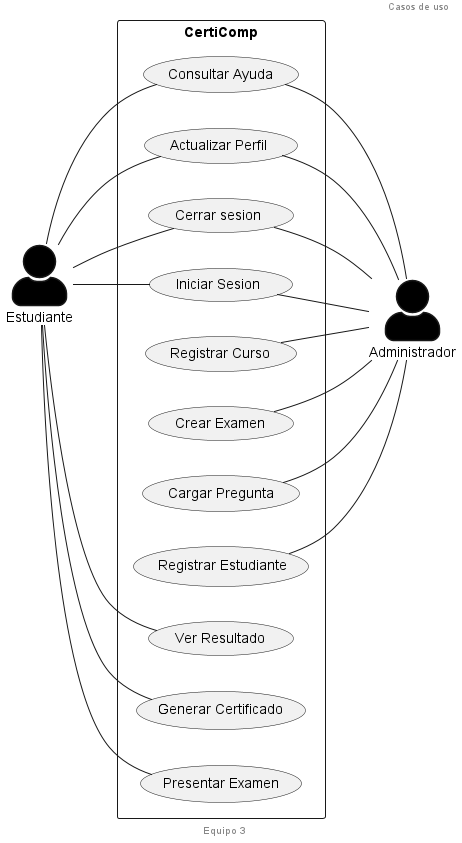
Above: docs/scenariosView/Requisitos/Casos de Uso.png in febres35/EdTech_IS (PlantUML), before the change.
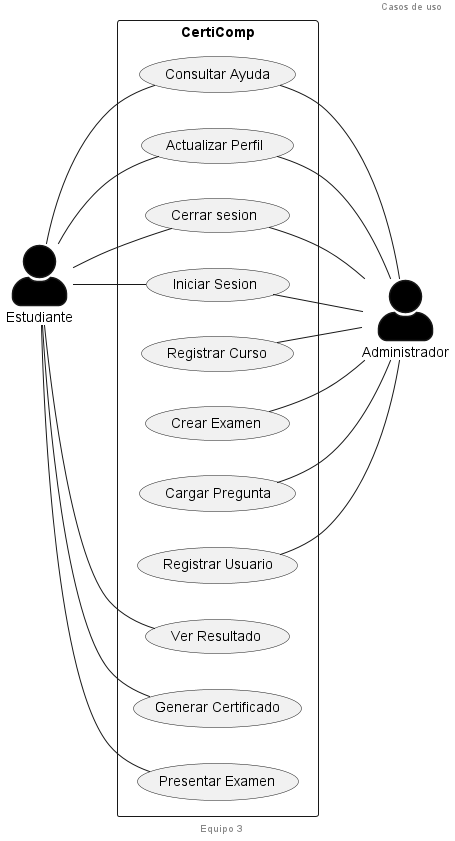
The same file after the commit.

Commit message:
no se registra estudiante sino Usuario en general

Change to the diagram source:
```diff
@@ -11,7 +11,7 @@
 
   usecase " Ver Resultado" as UC6
   usecase " Iniciar Sesion " as UC1
-  usecase " Registrar Estudiante" as UC2
+  usecase " Registrar Usuario" as UC2
   usecase " Registrar Curso" as UC3
   usecase "Generar Certificado" as UC4
 
```
